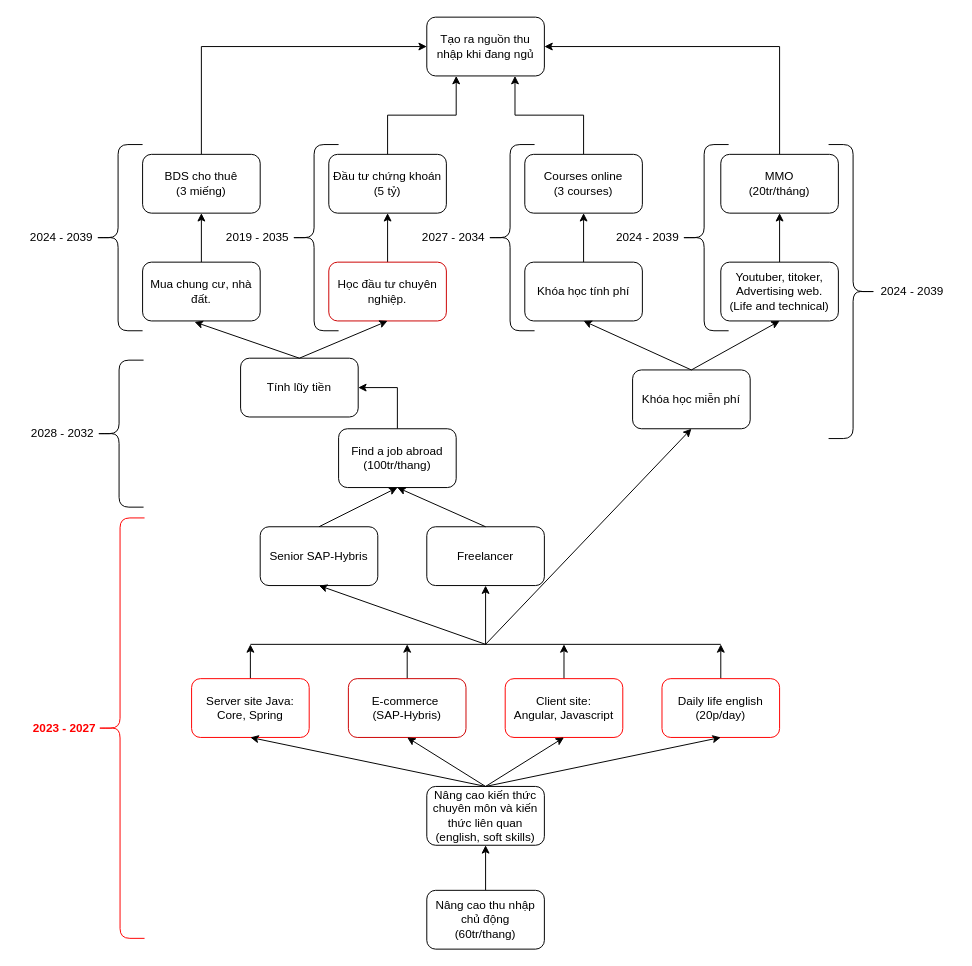
pinestran/transferfiles keeps this draw.io diagram as page "Page-3" (3 of 3) of FlowOfLife.drawio. Above is the earlier version. Source tidied: cells renumbered, new cells numbered last; positions are measured from the earlier drawing's top-left corner, leaving out a move shared by most shapes. Both pictures are drawn from the tidied source at 98%, with x=0, y=0 at pixel (17, 17).
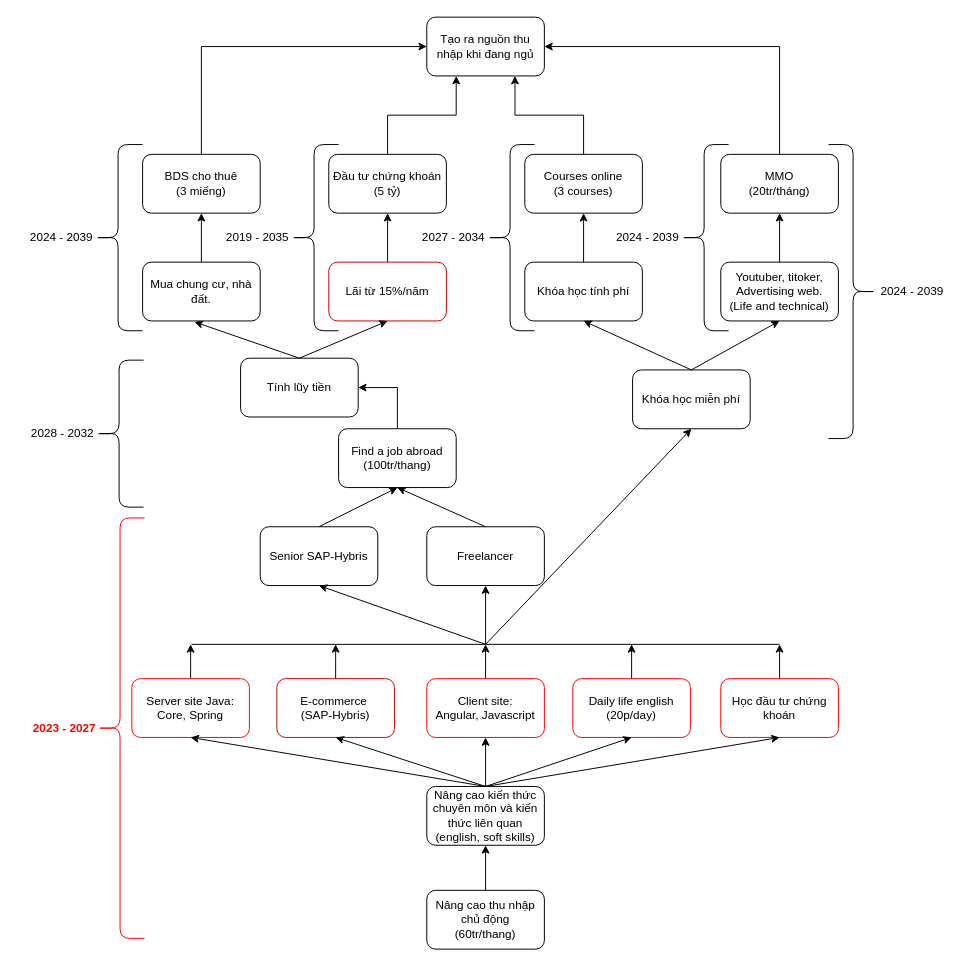
The same page after the edit.

Unchanged cells that the change refers to:
```xml
<mxCell id="20" value="Nâng cao kiến thức chuyên môn và kiến thức liên quan (english, soft skills)" style="rounded=1;whiteSpace=wrap;html=1;" parent="1" vertex="1">
  <mxGeometry x="418" y="785" width="120" height="60" as="geometry" />
</mxCell>
```

What changed in the source:
```diff
@@
-    <mxCell id="14" value="Học đầu tư chuyên nghiệp." style="rounded=1;whiteSpace=wrap;html=1;strokeColor=#CC0000;" parent="1" vertex="1">
+    <mxCell id="14" value="Lãi từ 15%/năm" style="rounded=1;whiteSpace=wrap;html=1;strokeColor=#CC0000;" parent="1" vertex="1">
       <mxGeometry x="318" y="250" width="120" height="60" as="geometry" />
     </mxCell>
@@
-    <mxCell id="25" style="edgeStyle=orthogonalEdgeStyle;rounded=0;jettySize=auto;html=1;" parent="1" edge="1" source="26">
-      <mxGeometry relative="1" as="geometry">
-        <mxPoint x="398" y="640" as="targetPoint" />
-      </mxGeometry>
-    </mxCell>
+    <mxCell id="64" style="edgeStyle=orthogonalEdgeStyle;rounded=0;jettySize=auto;html=1;" parent="1" edge="1" source="26">
+      <mxGeometry relative="1" as="geometry">
+        <mxPoint x="325" y="640" as="targetPoint" />
+      </mxGeometry>
+    </mxCell>
     <mxCell id="26" value="&lt;div&gt;E-commerce&amp;nbsp;&lt;/div&gt;&lt;div&gt;(SAP-Hybris)&lt;/div&gt;" style="rounded=1;whiteSpace=wrap;html=1;strokeColor=#CC0000;" parent="1" vertex="1">
-      <mxGeometry x="338" y="675" width="120" height="60" as="geometry" />
+      <mxGeometry x="265" y="675" width="120" height="60" as="geometry" />
     </mxCell>
-    <mxCell id="27" style="edgeStyle=orthogonalEdgeStyle;rounded=0;jettySize=auto;html=1;" parent="1" edge="1" source="28">
-      <mxGeometry relative="1" as="geometry">
-        <mxPoint x="238" y="640" as="targetPoint" />
-      </mxGeometry>
-    </mxCell>
+    <mxCell id="65" style="edgeStyle=orthogonalEdgeStyle;rounded=0;jettySize=auto;html=1;" parent="1" edge="1" source="28">
+      <mxGeometry relative="1" as="geometry">
+        <mxPoint x="177" y="640" as="targetPoint" />
+      </mxGeometry>
+    </mxCell>
     <mxCell id="28" value="&lt;div&gt;Server site Java:&lt;/div&gt;&lt;div&gt;Core, Spring&lt;br&gt;&lt;/div&gt;" style="rounded=1;whiteSpace=wrap;html=1;strokeColor=#FF0000;" parent="1" vertex="1">
-      <mxGeometry x="178" y="675" width="120" height="60" as="geometry" />
+      <mxGeometry x="117" y="675" width="120" height="60" as="geometry" />
     </mxCell>
-    <mxCell id="29" style="edgeStyle=orthogonalEdgeStyle;rounded=0;jettySize=auto;html=1;" parent="1" edge="1" source="30">
-      <mxGeometry relative="1" as="geometry">
-        <mxPoint x="558" y="640" as="targetPoint" />
-      </mxGeometry>
-    </mxCell>
+    <mxCell id="66" style="edgeStyle=orthogonalEdgeStyle;rounded=0;jettySize=auto;html=1;" parent="1" edge="1" source="30">
+      <mxGeometry relative="1" as="geometry">
+        <mxPoint x="478" y="640" as="targetPoint" />
+      </mxGeometry>
+    </mxCell>
     <mxCell id="30" value="&lt;div&gt;Client site:&lt;/div&gt;&lt;div&gt;Angular, Javascript&lt;br&gt;&lt;/div&gt;" style="rounded=1;whiteSpace=wrap;html=1;strokeColor=#FF0000;" parent="1" vertex="1">
-      <mxGeometry x="498" y="675" width="120" height="60" as="geometry" />
+      <mxGeometry x="418" y="675" width="120" height="60" as="geometry" />
     </mxCell>
-    <mxCell id="31" style="edgeStyle=orthogonalEdgeStyle;rounded=0;jettySize=auto;html=1;exitX=0.5;exitY=0;exitDx=0;exitDy=0;" parent="1" edge="1" source="32">
-      <mxGeometry relative="1" as="geometry">
-        <mxPoint x="718" y="640" as="targetPoint" />
-      </mxGeometry>
-    </mxCell>
+    <mxCell id="67" style="edgeStyle=orthogonalEdgeStyle;rounded=0;jettySize=auto;html=1;" parent="1" edge="1" source="32">
+      <mxGeometry relative="1" as="geometry">
+        <mxPoint x="627" y="640" as="targetPoint" />
+      </mxGeometry>
+    </mxCell>
     <mxCell id="32" value="&lt;div&gt;Daily life english&lt;/div&gt;&lt;div&gt;(20p/day)&lt;br&gt;&lt;/div&gt;" style="rounded=1;whiteSpace=wrap;html=1;strokeColor=#FF0000;" parent="1" vertex="1">
-      <mxGeometry x="658" y="675" width="120" height="60" as="geometry" />
+      <mxGeometry x="567" y="675" width="120" height="60" as="geometry" />
     </mxCell>
@@
     <mxCell id="38" style="endArrow=none;html=1;rounded=0;" parent="1" edge="1">
       <mxGeometry relative="1" as="geometry">
-        <mxPoint x="238" y="640" as="sourcePoint" />
-        <mxPoint x="718" y="640" as="targetPoint" />
+        <mxPoint x="178" y="640" as="sourcePoint" />
+        <mxPoint x="778" y="640" as="targetPoint" />
       </mxGeometry>
     </mxCell>
@@
+    <mxCell id="68" style="edgeStyle=orthogonalEdgeStyle;rounded=0;jettySize=auto;html=1;" parent="1" edge="1" source="69">
+      <mxGeometry relative="1" as="geometry">
+        <mxPoint x="778" y="640" as="targetPoint" />
+      </mxGeometry>
+    </mxCell>
+    <mxCell id="69" value="Học đầu tư chứng khoán" style="rounded=1;whiteSpace=wrap;html=1;strokeColor=#FF0000;" parent="1" vertex="1">
+      <mxGeometry x="718" y="675" width="120" height="60" as="geometry" />
+    </mxCell>
+    <mxCell id="70" style="endArrow=classic;html=1;rounded=0;entryX=0.5;entryY=1;entryDx=0;entryDy=0;exitX=0.5;exitY=0;exitDx=0;exitDy=0;" parent="1" edge="1" source="20" target="69">
+      <mxGeometry relative="1" as="geometry" />
+    </mxCell>
```
